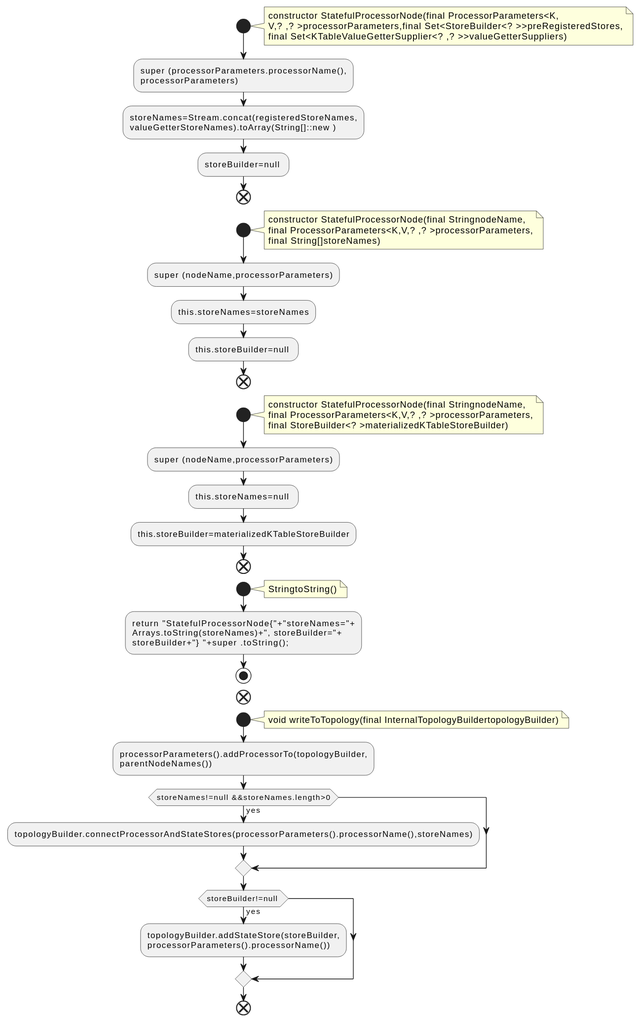
This is docs/qc/streams/src/main/java/org/apache/kafka/streams/kstream/internals/graph/StatefulProcessorNode.java.fct.svg from qualitesys/kafka, a PlantUML export, as it was before one commit.
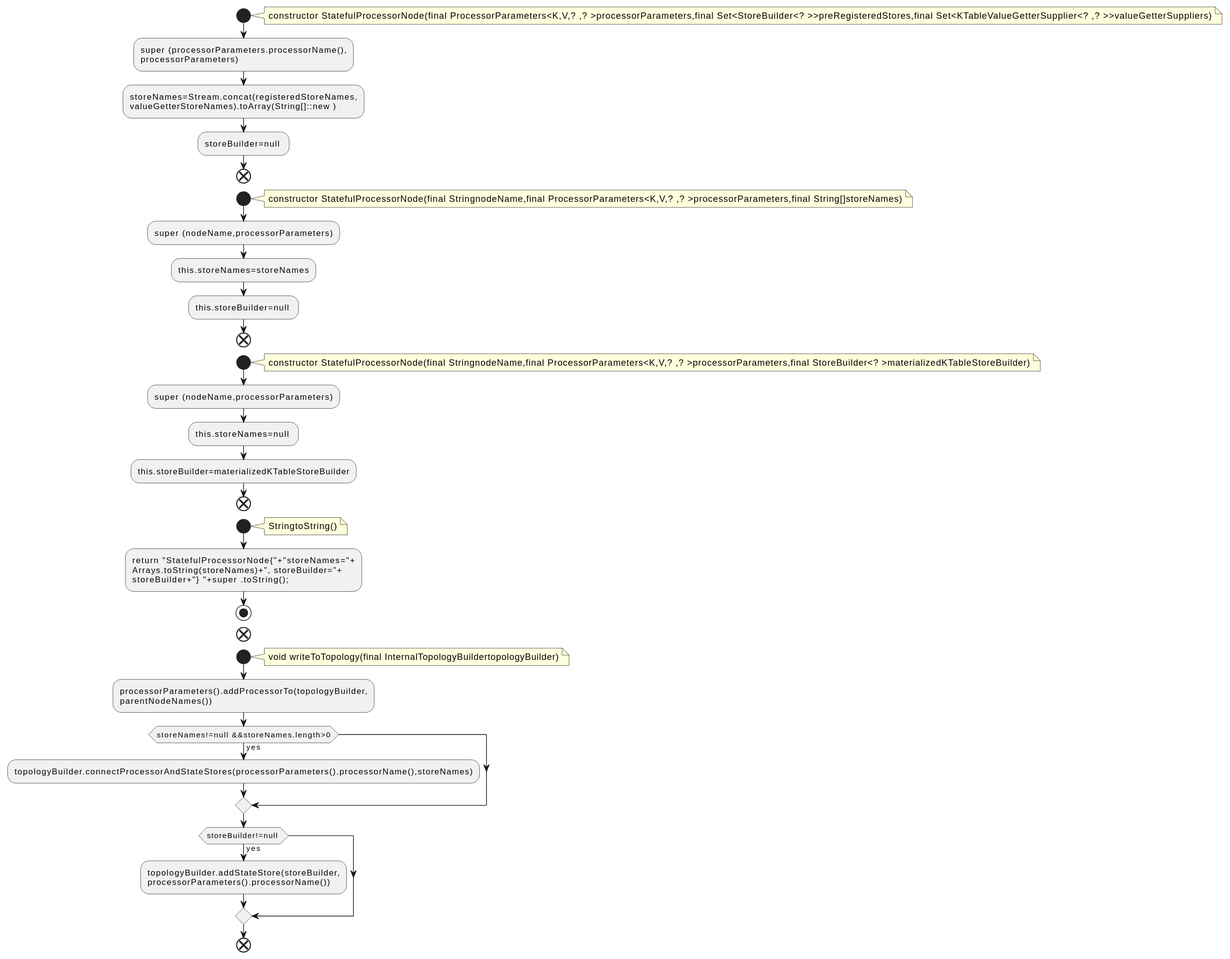
The same diagram one commit later.

Diff of the diagram source:
```diff
@@ -2,9 +2,7 @@
 !pragma layout smetana
 start
 note right
-constructor StatefulProcessorNode(final ProcessorParameters<K,
-V,? ,? >processorParameters,final Set<StoreBuilder<? >>preRegisteredStores,
-final Set<KTableValueGetterSupplier<? ,? >>valueGetterSuppliers)
+constructor StatefulProcessorNode(final ProcessorParameters<K,V,? ,? >processorParameters,final Set<StoreBuilder<? >>preRegisteredStores,final Set<KTableValueGetterSupplier<? ,? >>valueGetterSuppliers)
 end note
 :super (processorParameters.processorName(),
 processorParameters);
@@ -14,9 +12,7 @@
 end
 start
 note right
-constructor StatefulProcessorNode(final StringnodeName,
-final ProcessorParameters<K,V,? ,? >processorParameters,
-final String[]storeNames)
+constructor StatefulProcessorNode(final StringnodeName,final ProcessorParameters<K,V,? ,? >processorParameters,final String[]storeNames)
 end note
 :super (nodeName,processorParameters);
 :this.storeNames=storeNames;
@@ -24,9 +20,7 @@
 end
 start
 note right
-constructor StatefulProcessorNode(final StringnodeName,
-final ProcessorParameters<K,V,? ,? >processorParameters,
-final StoreBuilder<? >materializedKTableStoreBuilder)
+constructor StatefulProcessorNode(final StringnodeName,final ProcessorParameters<K,V,? ,? >processorParameters,final StoreBuilder<? >materializedKTableStoreBuilder)
 end note
 :super (nodeName,processorParameters);
 :this.storeNames=null ;
```
